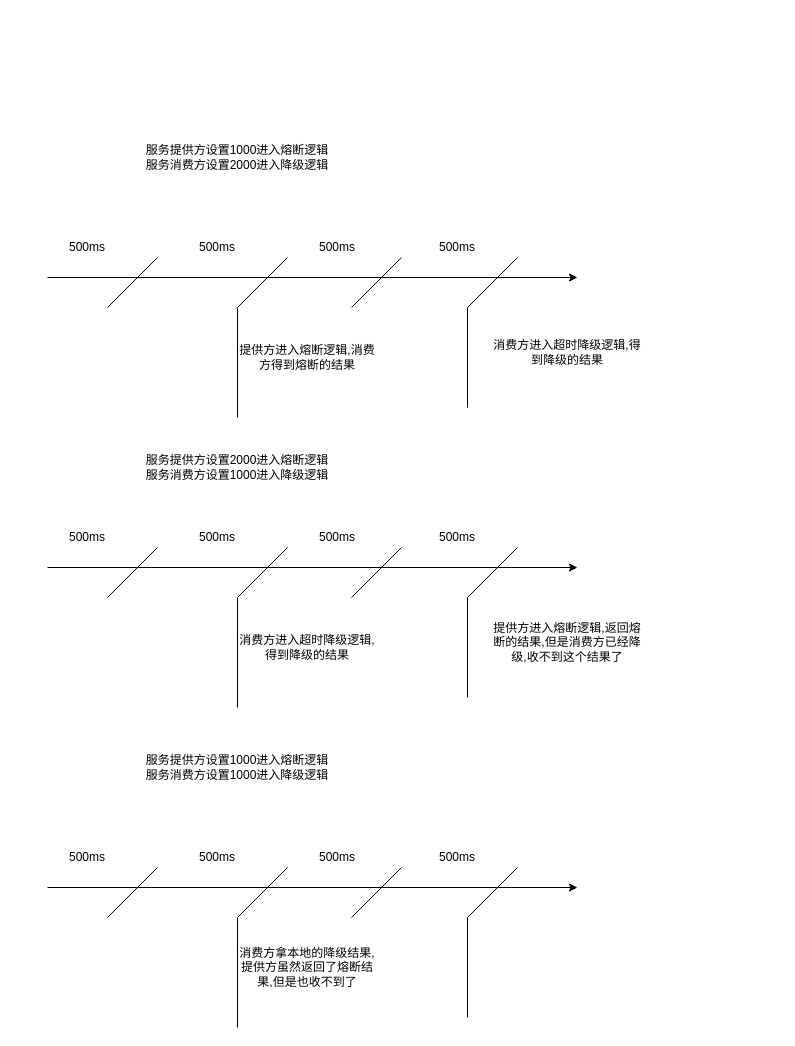
Earlier version of the draw.io diagram 熔断和降级.drawio (mingtian110/pc_home). Source tidied: cells renumbered, new cells numbered last; positions are measured from the earlier drawing's top-left corner, leaving out a move shared by most shapes. Both pictures are drawn from the tidied source at 100%, with x=0, y=0 at pixel (47, 137).
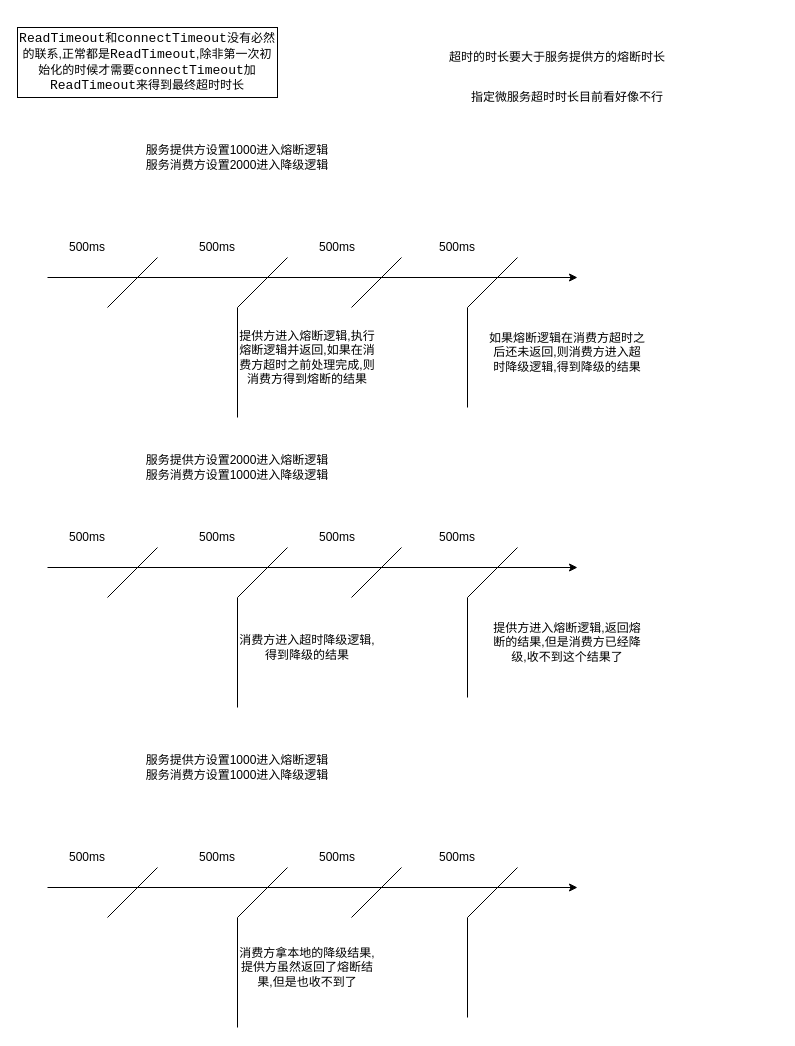
Above is the later version.

Commit message:
更新熔断和降级.drawio

What changed in the source:
```diff
@@
-    <mxCell id="13" value="提供方进入熔断逻辑,消费方得到熔断的结果" style="text;html=1;strokeColor=none;fillColor=none;align=center;verticalAlign=middle;whiteSpace=wrap;rounded=0;" parent="1" vertex="1">
+    <mxCell id="13" value="提供方进入熔断逻辑,执行熔断逻辑并返回,如果在消费方超时之前处理完成,则消费方得到熔断的结果" style="text;html=1;strokeColor=none;fillColor=none;align=center;verticalAlign=middle;whiteSpace=wrap;rounded=0;" parent="1" vertex="1">
       <mxGeometry x="190" y="190" width="140" height="60" as="geometry" />
     </mxCell>
@@
-    <mxCell id="15" value="消费方进入超时降级逻辑,得到降级的结果" style="text;html=1;strokeColor=none;fillColor=none;align=center;verticalAlign=middle;whiteSpace=wrap;rounded=0;" parent="1" vertex="1">
+    <mxCell id="15" value="如果熔断逻辑在消费方超时之后还未返回,则消费方进入超时降级逻辑,得到降级的结果" style="text;html=1;strokeColor=none;fillColor=none;align=center;verticalAlign=middle;whiteSpace=wrap;rounded=0;" parent="1" vertex="1">
       <mxGeometry x="440" y="190" width="160" height="50" as="geometry" />
     </mxCell>
@@
+    <mxCell id="43" value="&lt;span style=&quot;background-color: rgb(255 , 255 , 255)&quot;&gt;&lt;span style=&quot;font-family: &amp;#34;jetbrains mono&amp;#34; , monospace ; font-size: 9.8pt&quot;&gt;ReadTimeout&lt;/span&gt;和&lt;span style=&quot;font-family: &amp;#34;jetbrains mono&amp;#34; , monospace ; font-size: 9.8pt&quot;&gt;connectTimeout&lt;/span&gt;没有必然的联系,正常都是&lt;span style=&quot;font-family: &amp;#34;jetbrains mono&amp;#34; , monospace ; font-size: 13.0667px&quot;&gt;ReadTimeout&lt;/span&gt;,除非第一次初始化的时候才需要&lt;/span&gt;&lt;span style=&quot;font-family: &amp;#34;jetbrains mono&amp;#34; , monospace ; font-size: 13.0667px ; background-color: rgb(255 , 255 , 255)&quot;&gt;connectTimeout&lt;/span&gt;&lt;span style=&quot;background-color: rgb(255 , 255 , 255)&quot;&gt;加&lt;/span&gt;&lt;span style=&quot;font-family: &amp;#34;jetbrains mono&amp;#34; , monospace ; font-size: 13.0667px ; background-color: rgb(255 , 255 , 255)&quot;&gt;ReadTimeout&lt;/span&gt;&lt;span style=&quot;background-color: rgb(255 , 255 , 255)&quot;&gt;来得到最终超时时长&lt;/span&gt;" style="text;html=1;strokeColor=#000000;fillColor=none;align=center;verticalAlign=middle;whiteSpace=wrap;rounded=0;" parent="1" vertex="1">
+      <mxGeometry x="-30" y="-110" width="260" height="70" as="geometry" />
+    </mxCell>
+    <mxCell id="44" value="超时的时长要大于服务提供方的熔断时长" style="text;html=1;strokeColor=none;fillColor=none;align=center;verticalAlign=middle;whiteSpace=wrap;rounded=0;" parent="1" vertex="1">
+      <mxGeometry x="290" y="-120" width="440" height="80" as="geometry" />
+    </mxCell>
+    <mxCell id="45" value="指定微服务超时时长目前看好像不行" style="text;html=1;strokeColor=none;fillColor=none;align=center;verticalAlign=middle;whiteSpace=wrap;rounded=0;" parent="1" vertex="1">
+      <mxGeometry x="365" y="-50" width="310" height="20" as="geometry" />
+    </mxCell>
```
